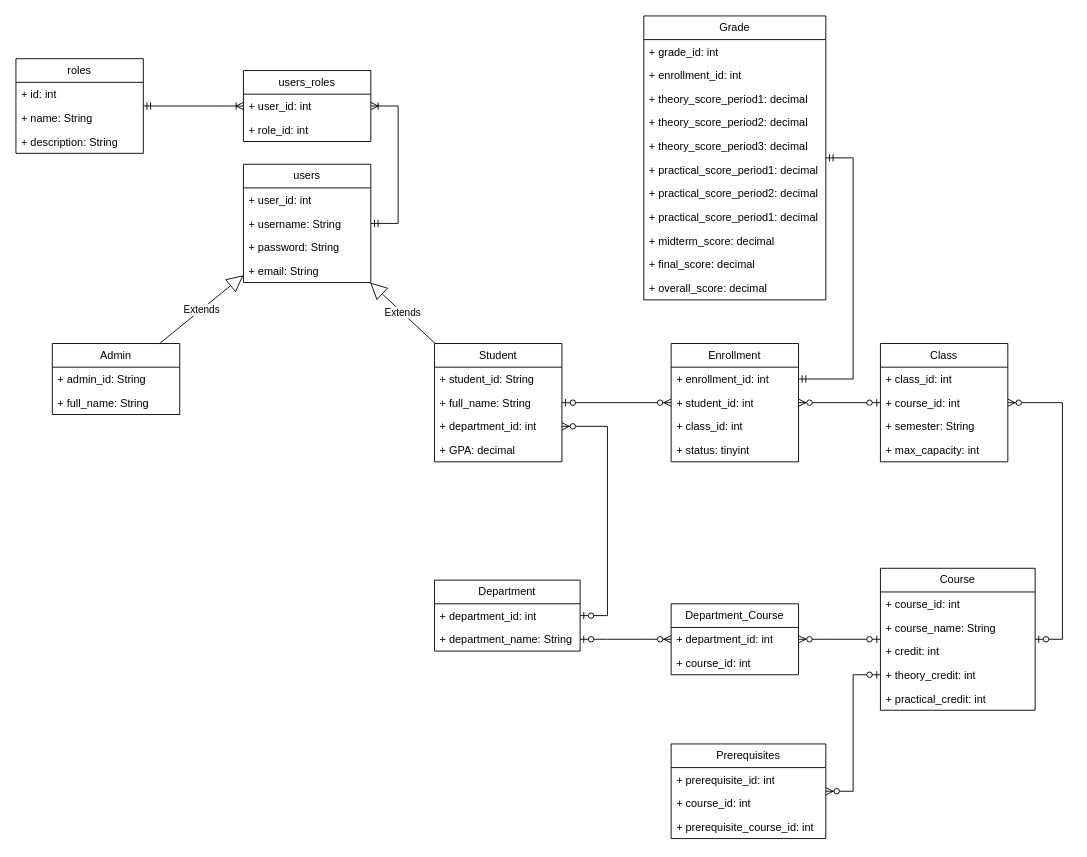
Above: University-Enrollment-System.drawio in LaMinhTam/University-Enrollment-System (draw.io), before the change. Source tidied: cells renumbered, new cells numbered last; positions are measured from the earlier drawing's top-left corner, leaving out a move shared by most shapes. Both pictures are drawn from the tidied source at 91%, with x=0, y=0 at pixel (-121, 15).
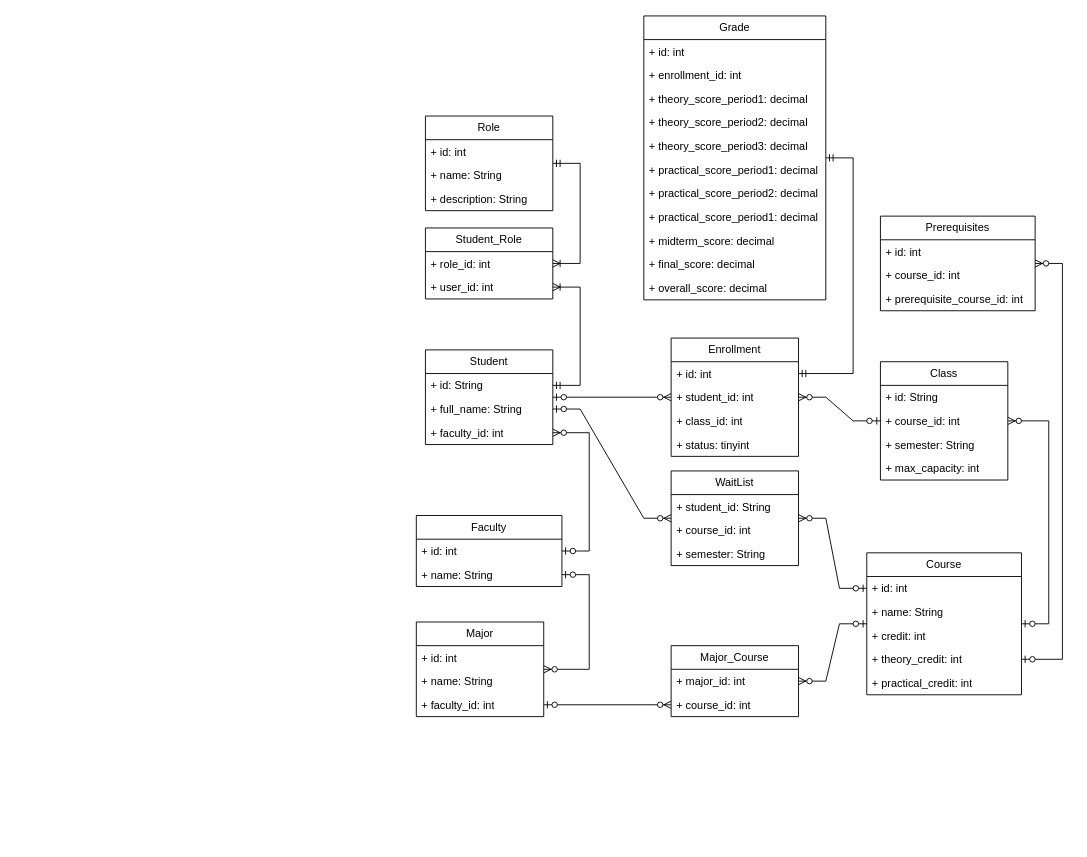
The same page after the edit.

Unchanged cells that the change refers to:
```xml
<mxCell id="18" value="+ full_name: String" style="text;strokeColor=none;fillColor=none;align=left;verticalAlign=top;spacingLeft=4;spacingRight=4;overflow=hidden;points=[[0,0.5],[1,0.5]];portConstraint=eastwest;whiteSpace=wrap;html=1;" parent="16" vertex="1">
  <mxGeometry y="52" width="140" height="26" as="geometry" />
</mxCell>
<mxCell id="34" value="+ theory_credit: int" style="text;strokeColor=none;fillColor=none;align=left;verticalAlign=top;spacingLeft=4;spacingRight=4;overflow=hidden;points=[[0,0.5],[1,0.5]];portConstraint=eastwest;whiteSpace=wrap;html=1;" parent="30" vertex="1">
  <mxGeometry y="104" width="170" height="26" as="geometry" />
</mxCell>
<mxCell id="51" value="+ course_id: int" style="text;strokeColor=none;fillColor=none;align=left;verticalAlign=top;spacingLeft=4;spacingRight=4;overflow=hidden;points=[[0,0.5],[1,0.5]];portConstraint=eastwest;whiteSpace=wrap;html=1;" parent="49" vertex="1">
  <mxGeometry y="52" width="140" height="26" as="geometry" />
</mxCell>
<mxCell id="59" value="Grade" style="swimlane;fontStyle=0;horizontal=1;startSize=26;fillColor=none;whiteSpace=wrap;html=1;" parent="1" vertex="1">
  <mxGeometry x="840" width="200" height="312" as="geometry" />
</mxCell>
```

Diff of the diagram source:
```diff
@@
-    <mxCell id="2" value="users" style="swimlane;fontStyle=0;horizontal=1;startSize=26;fillColor=none;whiteSpace=wrap;html=1;" parent="1" vertex="1">
-      <mxGeometry x="400" y="163" width="140" height="130" as="geometry" />
-    </mxCell>
-    <mxCell id="3" value="+ user_id: int" style="text;strokeColor=none;fillColor=none;align=left;verticalAlign=top;spacingLeft=4;spacingRight=4;overflow=hidden;whiteSpace=wrap;html=1;" parent="2" vertex="1">
-      <mxGeometry y="26" width="140" height="26" as="geometry" />
-    </mxCell>
-    <mxCell id="4" value="+ username: String" style="text;strokeColor=none;fillColor=none;align=left;verticalAlign=top;spacingLeft=4;spacingRight=4;overflow=hidden;whiteSpace=wrap;html=1;" parent="2" vertex="1">
-      <mxGeometry y="52" width="140" height="26" as="geometry" />
-    </mxCell>
-    <mxCell id="5" value="+ password: String" style="text;strokeColor=none;fillColor=none;align=left;verticalAlign=top;spacingLeft=4;spacingRight=4;overflow=hidden;whiteSpace=wrap;html=1;" parent="2" vertex="1">
-      <mxGeometry y="78" width="140" height="26" as="geometry" />
-    </mxCell>
-    <mxCell id="6" value="+ email: String" style="text;strokeColor=none;fillColor=none;align=left;verticalAlign=top;spacingLeft=4;spacingRight=4;overflow=hidden;whiteSpace=wrap;html=1;" parent="2" vertex="1">
-      <mxGeometry y="104" width="140" height="26" as="geometry" />
-    </mxCell>
-    <mxCell id="7" value="users_roles" style="swimlane;fontStyle=0;horizontal=1;startSize=26;fillColor=none;whiteSpace=wrap;html=1;" parent="1" vertex="1">
-      <mxGeometry x="400" y="60" width="140" height="78" as="geometry" />
+    <mxCell id="7" value="Student_Role" style="swimlane;fontStyle=0;horizontal=1;startSize=26;fillColor=none;whiteSpace=wrap;html=1;" parent="1" vertex="1">
+      <mxGeometry x="600" y="233" width="140" height="78" as="geometry" />
     </mxCell>
+    <mxCell id="9" value="+ role_id: int" style="text;strokeColor=none;fillColor=none;align=left;verticalAlign=top;spacingLeft=4;spacingRight=4;overflow=hidden;points=[[0,0.5],[1,0.5]];portConstraint=eastwest;whiteSpace=wrap;html=1;" parent="7" vertex="1">
+      <mxGeometry y="26" width="140" height="26" as="geometry" />
+    </mxCell>
     <mxCell id="8" value="+ user_id: int" style="text;strokeColor=none;fillColor=none;align=left;verticalAlign=top;spacingLeft=4;spacingRight=4;overflow=hidden;points=[[0,0.5],[1,0.5]];portConstraint=eastwest;whiteSpace=wrap;html=1;" parent="7" vertex="1">
-      <mxGeometry y="26" width="140" height="26" as="geometry" />
+      <mxGeometry y="52" width="140" height="26" as="geometry" />
     </mxCell>
-    <mxCell id="9" value="+ role_id: int" style="text;strokeColor=none;fillColor=none;align=left;verticalAlign=top;spacingLeft=4;spacingRight=4;overflow=hidden;points=[[0,0.5],[1,0.5]];portConstraint=eastwest;whiteSpace=wrap;html=1;" parent="7" vertex="1">
-      <mxGeometry y="52" width="140" height="26" as="geometry" />
-    </mxCell>
-    <mxCell id="10" value="roles" style="swimlane;fontStyle=0;horizontal=1;startSize=26;fillColor=none;whiteSpace=wrap;html=1;" parent="1" vertex="1">
-      <mxGeometry x="150" y="47" width="140" height="104" as="geometry" />
+    <mxCell id="10" value="Role" style="swimlane;fontStyle=0;horizontal=1;startSize=26;fillColor=none;whiteSpace=wrap;html=1;" parent="1" vertex="1">
+      <mxGeometry x="600" y="110" width="140" height="104" as="geometry" />
     </mxCell>
@@
-    <mxCell id="14" style="edgeStyle=entityRelationEdgeStyle;fontSize=12;html=1;endArrow=ERoneToMany;startArrow=ERmandOne;rounded=0;" parent="1" edge="1" source="2" target="7">
+    <mxCell id="14" style="edgeStyle=entityRelationEdgeStyle;fontSize=12;html=1;endArrow=ERoneToMany;startArrow=ERmandOne;rounded=0;entryX=1;entryY=0.5;entryDx=0;entryDy=0;exitX=1;exitY=0.5;exitDx=0;exitDy=0;" parent="1" edge="1" source="17" target="8">
       <mxGeometry relative="1" as="geometry">
         <Array as="points">
           <mxPoint x="110" y="271.8" />
           <mxPoint x="430" y="303" />
           <mxPoint y="231.8" />
         </Array>
       </mxGeometry>
     </mxCell>
-    <mxCell id="15" style="edgeStyle=entityRelationEdgeStyle;fontSize=12;html=1;endArrow=ERoneToMany;startArrow=ERmandOne;rounded=0;" parent="1" edge="1" source="10" target="7">
-      <mxGeometry relative="1" as="geometry" />
+    <mxCell id="15" style="edgeStyle=entityRelationEdgeStyle;fontSize=12;html=1;endArrow=ERoneToMany;startArrow=ERmandOne;rounded=0;" parent="1" edge="1" source="10" target="9">
+      <mxGeometry relative="1" as="geometry">
+        <Array as="points">
+          <mxPoint x="540" y="230" />
+        </Array>
+      </mxGeometry>
     </mxCell>
     <mxCell id="16" value="Student" style="swimlane;fontStyle=0;horizontal=1;startSize=26;fillColor=none;whiteSpace=wrap;html=1;" parent="1" vertex="1">
-      <mxGeometry x="610" y="360" width="140" height="130" as="geometry" />
+      <mxGeometry x="600" y="367" width="140" height="104" as="geometry" />
     </mxCell>
-    <mxCell id="17" value="+ student_id: String" style="text;strokeColor=none;fillColor=none;align=left;verticalAlign=top;spacingLeft=4;spacingRight=4;overflow=hidden;points=[[0,0.5],[1,0.5]];portConstraint=eastwest;whiteSpace=wrap;html=1;" parent="16" vertex="1">
+    <mxCell id="17" value="+ id: String" style="text;strokeColor=none;fillColor=none;align=left;verticalAlign=top;spacingLeft=4;spacingRight=4;overflow=hidden;points=[[0,0.5],[1,0.5]];portConstraint=eastwest;whiteSpace=wrap;html=1;" parent="16" vertex="1">
       <mxGeometry y="26" width="140" height="26" as="geometry" />
     </mxCell>
@@
-    <mxCell id="19" value="+ department_id: int" style="text;strokeColor=none;fillColor=none;align=left;verticalAlign=top;spacingLeft=4;spacingRight=4;overflow=hidden;points=[[0,0.5],[1,0.5]];portConstraint=eastwest;whiteSpace=wrap;html=1;" parent="16" vertex="1">
+    <mxCell id="19" value="+ faculty_id: int" style="text;strokeColor=none;fillColor=none;align=left;verticalAlign=top;spacingLeft=4;spacingRight=4;overflow=hidden;points=[[0,0.5],[1,0.5]];portConstraint=eastwest;whiteSpace=wrap;html=1;" parent="16" vertex="1">
       <mxGeometry y="78" width="140" height="26" as="geometry" />
     </mxCell>
-    <mxCell id="20" value="+ GPA: decimal" style="text;strokeColor=none;fillColor=none;align=left;verticalAlign=top;spacingLeft=4;spacingRight=4;overflow=hidden;whiteSpace=wrap;html=1;" parent="16" vertex="1">
-      <mxGeometry y="104" width="140" height="26" as="geometry" />
-    </mxCell>
-    <mxCell id="21" value="Extends" style="endArrow=block;endSize=16;endFill=0;html=1;rounded=0;" parent="1" edge="1" source="16" target="2">
-      <mxGeometry relative="1" as="geometry" />
-    </mxCell>
-    <mxCell id="22" value="Admin" style="swimlane;fontStyle=0;horizontal=1;startSize=26;fillColor=none;whiteSpace=wrap;html=1;" parent="1" vertex="1">
-      <mxGeometry x="190" y="360" width="140" height="78" as="geometry" />
-    </mxCell>
-    <mxCell id="23" value="+ admin_id: String" style="text;strokeColor=none;fillColor=none;align=left;verticalAlign=top;spacingLeft=4;spacingRight=4;overflow=hidden;whiteSpace=wrap;html=1;" parent="22" vertex="1">
-      <mxGeometry y="26" width="140" height="26" as="geometry" />
-    </mxCell>
-    <mxCell id="24" value="+ full_name: String" style="text;strokeColor=none;fillColor=none;align=left;verticalAlign=top;spacingLeft=4;spacingRight=4;overflow=hidden;whiteSpace=wrap;html=1;" parent="22" vertex="1">
-      <mxGeometry y="52" width="140" height="26" as="geometry" />
-    </mxCell>
-    <mxCell id="25" value="Extends" style="endArrow=block;endSize=16;endFill=0;html=1;rounded=0;" parent="1" edge="1" source="22" target="2">
-      <mxGeometry relative="1" as="geometry" />
-    </mxCell>
-    <mxCell id="26" value="Department" style="swimlane;fontStyle=0;horizontal=1;startSize=26;fillColor=none;whiteSpace=wrap;html=1;" parent="1" vertex="1">
-      <mxGeometry x="610" y="620" width="160" height="78" as="geometry" />
+    <mxCell id="26" value="Faculty" style="swimlane;fontStyle=0;horizontal=1;startSize=26;fillColor=none;whiteSpace=wrap;html=1;" parent="1" vertex="1">
+      <mxGeometry x="590" y="549" width="160" height="78" as="geometry" />
     </mxCell>
-    <mxCell id="27" value="+ department_id: int" style="text;strokeColor=none;fillColor=none;align=left;verticalAlign=top;spacingLeft=4;spacingRight=4;overflow=hidden;whiteSpace=wrap;html=1;" parent="26" vertex="1">
+    <mxCell id="27" value="+ id: int" style="text;strokeColor=none;fillColor=none;align=left;verticalAlign=top;spacingLeft=4;spacingRight=4;overflow=hidden;whiteSpace=wrap;html=1;" parent="26" vertex="1">
       <mxGeometry y="26" width="160" height="26" as="geometry" />
     </mxCell>
-    <mxCell id="28" value="+ department_name: String" style="text;strokeColor=none;fillColor=none;align=left;verticalAlign=top;spacingLeft=4;spacingRight=4;overflow=hidden;points=[[0,0.5],[1,0.5]];portConstraint=eastwest;whiteSpace=wrap;html=1;" parent="26" vertex="1">
+    <mxCell id="28" value="+ name: String" style="text;strokeColor=none;fillColor=none;align=left;verticalAlign=top;spacingLeft=4;spacingRight=4;overflow=hidden;points=[[0,0.5],[1,0.5]];portConstraint=eastwest;whiteSpace=wrap;html=1;" parent="26" vertex="1">
       <mxGeometry y="52" width="160" height="26" as="geometry" />
     </mxCell>
-    <mxCell id="29" style="edgeStyle=entityRelationEdgeStyle;fontSize=12;html=1;endArrow=ERzeroToMany;startArrow=ERzeroToOne;rounded=0;" parent="1" edge="1" source="26" target="19">
-      <mxGeometry relative="1" as="geometry" />
-    </mxCell>
     <mxCell id="30" value="Course" style="swimlane;fontStyle=0;horizontal=1;startSize=26;fillColor=none;whiteSpace=wrap;html=1;" parent="1" vertex="1">
-      <mxGeometry x="1100" y="607" width="170" height="156" as="geometry" />
+      <mxGeometry x="1085" y="590" width="170" height="156" as="geometry" />
     </mxCell>
-    <mxCell id="31" value="+ course_id: int" style="text;strokeColor=none;fillColor=none;align=left;verticalAlign=top;spacingLeft=4;spacingRight=4;overflow=hidden;points=[[0,0.5],[1,0.5]];portConstraint=eastwest;whiteSpace=wrap;html=1;glass=0;rounded=0;sketch=1;curveFitting=1;jiggle=2;" parent="30" vertex="1">
+    <mxCell id="31" value="+ id: int" style="text;strokeColor=none;fillColor=none;align=left;verticalAlign=top;spacingLeft=4;spacingRight=4;overflow=hidden;points=[[0,0.5],[1,0.5]];portConstraint=eastwest;whiteSpace=wrap;html=1;glass=0;rounded=0;sketch=1;curveFitting=1;jiggle=2;" parent="30" vertex="1">
       <mxGeometry y="26" width="170" height="26" as="geometry" />
     </mxCell>
-    <mxCell id="32" value="+ course_name: String" style="text;strokeColor=none;fillColor=none;align=left;verticalAlign=top;spacingLeft=4;spacingRight=4;overflow=hidden;whiteSpace=wrap;html=1;" parent="30" vertex="1">
+    <mxCell id="32" value="+ name: String" style="text;strokeColor=none;fillColor=none;align=left;verticalAlign=top;spacingLeft=4;spacingRight=4;overflow=hidden;whiteSpace=wrap;html=1;" parent="30" vertex="1">
       <mxGeometry y="52" width="170" height="26" as="geometry" />
     </mxCell>
@@
     <mxCell id="36" value="Class" style="swimlane;fontStyle=0;horizontal=1;startSize=26;fillColor=none;whiteSpace=wrap;html=1;" parent="1" vertex="1">
-      <mxGeometry x="1100" y="360" width="140" height="130" as="geometry" />
+      <mxGeometry x="1100" y="380" width="140" height="130" as="geometry" />
     </mxCell>
-    <mxCell id="37" value="+ class_id: int" style="text;strokeColor=none;fillColor=none;align=left;verticalAlign=top;spacingLeft=4;spacingRight=4;overflow=hidden;whiteSpace=wrap;html=1;" parent="36" vertex="1">
+    <mxCell id="37" value="+ id: String" style="text;strokeColor=none;fillColor=none;align=left;verticalAlign=top;spacingLeft=4;spacingRight=4;overflow=hidden;whiteSpace=wrap;html=1;" parent="36" vertex="1">
       <mxGeometry y="26" width="140" height="26" as="geometry" />
     </mxCell>
@@
     <mxCell id="41" value="Enrollment" style="swimlane;fontStyle=0;horizontal=1;startSize=26;fillColor=none;whiteSpace=wrap;html=1;" parent="1" vertex="1">
-      <mxGeometry x="870" y="360" width="140" height="130" as="geometry" />
+      <mxGeometry x="870" y="354" width="140" height="130" as="geometry" />
     </mxCell>
-    <mxCell id="42" value="+ enrollment_id: int" style="text;strokeColor=none;fillColor=none;align=left;verticalAlign=top;spacingLeft=4;spacingRight=4;overflow=hidden;points=[[0,0.5],[1,0.5]];portConstraint=eastwest;whiteSpace=wrap;html=1;" parent="41" vertex="1">
+    <mxCell id="42" value="+ id: int" style="text;strokeColor=none;fillColor=none;align=left;verticalAlign=top;spacingLeft=4;spacingRight=4;overflow=hidden;points=[[0,0.5],[1,0.5]];portConstraint=eastwest;whiteSpace=wrap;html=1;" parent="41" vertex="1">
       <mxGeometry y="26" width="140" height="26" as="geometry" />
     </mxCell>
@@
     <mxCell id="46" style="edgeStyle=entityRelationEdgeStyle;fontSize=12;html=1;endArrow=ERzeroToMany;startArrow=ERzeroToOne;rounded=0;" parent="1" edge="1" source="30" target="36">
-      <mxGeometry relative="1" as="geometry" />
+      <mxGeometry relative="1" as="geometry">
+        <Array as="points">
+          <mxPoint x="1280" y="570" />
+        </Array>
+      </mxGeometry>
     </mxCell>
@@
-    <mxCell id="49" value="Department_Course" style="swimlane;fontStyle=0;horizontal=1;startSize=26;fillColor=none;whiteSpace=wrap;html=1;" parent="1" vertex="1">
-      <mxGeometry x="870" y="646" width="140" height="78" as="geometry" />
+    <mxCell id="49" value="Major_Course" style="swimlane;fontStyle=0;horizontal=1;startSize=26;fillColor=none;whiteSpace=wrap;html=1;" parent="1" vertex="1">
+      <mxGeometry x="870" y="692" width="140" height="78" as="geometry" />
     </mxCell>
-    <mxCell id="50" value="+ department_id: int" style="text;strokeColor=none;fillColor=none;align=left;verticalAlign=top;spacingLeft=4;spacingRight=4;overflow=hidden;whiteSpace=wrap;html=1;" parent="49" vertex="1">
+    <mxCell id="50" value="+ major_id: int" style="text;strokeColor=none;fillColor=none;align=left;verticalAlign=top;spacingLeft=4;spacingRight=4;overflow=hidden;whiteSpace=wrap;html=1;" parent="49" vertex="1">
       <mxGeometry y="26" width="140" height="26" as="geometry" />
     </mxCell>
@@
-    <mxCell id="53" style="edgeStyle=entityRelationEdgeStyle;fontSize=12;html=1;endArrow=ERzeroToMany;startArrow=ERzeroToOne;rounded=0;exitX=1;exitY=0.5;exitDx=0;exitDy=0;" parent="1" edge="1" source="28" target="49">
+    <mxCell id="53" style="edgeStyle=entityRelationEdgeStyle;fontSize=12;html=1;endArrow=ERzeroToMany;startArrow=ERzeroToOne;rounded=0;entryX=0;entryY=0.5;entryDx=0;entryDy=0;" parent="1" edge="1" source="81" target="51">
       <mxGeometry relative="1" as="geometry" />
     </mxCell>
     <mxCell id="54" value="Prerequisites" style="swimlane;fontStyle=0;horizontal=1;startSize=26;fillColor=none;whiteSpace=wrap;html=1;" parent="1" vertex="1">
-      <mxGeometry x="870" y="800" width="170" height="104" as="geometry" />
+      <mxGeometry x="1100" y="220" width="170" height="104" as="geometry" />
     </mxCell>
-    <mxCell id="55" value="+ prerequisite_id: int" style="text;strokeColor=none;fillColor=none;align=left;verticalAlign=top;spacingLeft=4;spacingRight=4;overflow=hidden;whiteSpace=wrap;html=1;" parent="54" vertex="1">
+    <mxCell id="55" value="+ id: int" style="text;strokeColor=none;fillColor=none;align=left;verticalAlign=top;spacingLeft=4;spacingRight=4;overflow=hidden;whiteSpace=wrap;html=1;" parent="54" vertex="1">
       <mxGeometry y="26" width="170" height="26" as="geometry" />
     </mxCell>
@@
-    <mxCell id="58" style="edgeStyle=entityRelationEdgeStyle;fontSize=12;html=1;endArrow=ERzeroToMany;startArrow=ERzeroToOne;rounded=0;exitX=0;exitY=0.5;exitDx=0;exitDy=0;" parent="1" edge="1" source="34" target="54">
-      <mxGeometry relative="1" as="geometry" />
+    <mxCell id="58" style="edgeStyle=entityRelationEdgeStyle;fontSize=12;html=1;endArrow=ERzeroToMany;startArrow=ERzeroToOne;rounded=0;" parent="1" edge="1" source="34" target="54">
+      <mxGeometry relative="1" as="geometry">
+        <Array as="points">
+          <mxPoint x="1320" y="510" />
+          <mxPoint x="1320" y="500" />
+        </Array>
+      </mxGeometry>
     </mxCell>
@@
-    <mxCell id="60" value="+ grade_id: int" style="text;strokeColor=none;fillColor=none;align=left;verticalAlign=top;spacingLeft=4;spacingRight=4;overflow=hidden;whiteSpace=wrap;html=1;" parent="59" vertex="1">
+    <mxCell id="60" value="+ id: int" style="text;strokeColor=none;fillColor=none;align=left;verticalAlign=top;spacingLeft=4;spacingRight=4;overflow=hidden;whiteSpace=wrap;html=1;" parent="59" vertex="1">
       <mxGeometry y="26" width="200" height="26" as="geometry" />
     </mxCell>
@@
+    <mxCell id="72" value="WaitList" style="swimlane;fontStyle=0;horizontal=1;startSize=26;fillColor=none;whiteSpace=wrap;html=1;" parent="1" vertex="1">
+      <mxGeometry x="870" y="500" width="140" height="104" as="geometry" />
+    </mxCell>
+    <mxCell id="73" value="+ student_id: String" style="text;strokeColor=none;fillColor=none;align=left;verticalAlign=top;spacingLeft=4;spacingRight=4;overflow=hidden;whiteSpace=wrap;html=1;" parent="72" vertex="1">
+      <mxGeometry y="26" width="140" height="26" as="geometry" />
+    </mxCell>
+    <mxCell id="74" value="+ course_id: int" style="text;strokeColor=none;fillColor=none;align=left;verticalAlign=top;spacingLeft=4;spacingRight=4;overflow=hidden;whiteSpace=wrap;html=1;" parent="72" vertex="1">
+      <mxGeometry y="52" width="140" height="26" as="geometry" />
+    </mxCell>
+    <mxCell id="75" value="+ semester: String" style="text;strokeColor=none;fillColor=none;align=left;verticalAlign=top;spacingLeft=4;spacingRight=4;overflow=hidden;whiteSpace=wrap;html=1;" parent="72" vertex="1">
+      <mxGeometry y="78" width="140" height="26" as="geometry" />
+    </mxCell>
+    <mxCell id="29" style="edgeStyle=entityRelationEdgeStyle;fontSize=12;html=1;endArrow=ERzeroToMany;startArrow=ERzeroToOne;rounded=0;" parent="1" edge="1" source="26" target="19">
+      <mxGeometry relative="1" as="geometry">
+        <Array as="points">
+          <mxPoint x="410" y="479" />
+          <mxPoint x="760" y="550" />
+        </Array>
+      </mxGeometry>
+    </mxCell>
+    <mxCell id="76" style="edgeStyle=entityRelationEdgeStyle;fontSize=12;html=1;endArrow=ERzeroToMany;startArrow=ERzeroToOne;rounded=0;" parent="1" edge="1" source="18" target="72">
+      <mxGeometry relative="1" as="geometry" />
+    </mxCell>
+    <mxCell id="77" style="edgeStyle=entityRelationEdgeStyle;fontSize=12;html=1;endArrow=ERzeroToMany;startArrow=ERzeroToOne;rounded=0;exitX=0;exitY=0.5;exitDx=0;exitDy=0;" parent="1" edge="1" source="31" target="72">
+      <mxGeometry relative="1" as="geometry" />
+    </mxCell>
+    <mxCell id="78" value="Major" style="swimlane;fontStyle=0;horizontal=1;startSize=26;fillColor=none;whiteSpace=wrap;html=1;" parent="1" vertex="1">
+      <mxGeometry x="590" y="666" width="140" height="104" as="geometry" />
+    </mxCell>
+    <mxCell id="79" value="+ id: int" style="text;strokeColor=none;fillColor=none;align=left;verticalAlign=top;spacingLeft=4;spacingRight=4;overflow=hidden;whiteSpace=wrap;html=1;" parent="78" vertex="1">
+      <mxGeometry y="26" width="140" height="26" as="geometry" />
+    </mxCell>
+    <mxCell id="80" value="+ name: String" style="text;strokeColor=none;fillColor=none;align=left;verticalAlign=top;spacingLeft=4;spacingRight=4;overflow=hidden;whiteSpace=wrap;html=1;" parent="78" vertex="1">
+      <mxGeometry y="52" width="140" height="26" as="geometry" />
+    </mxCell>
+    <mxCell id="81" value="+ faculty_id: int" style="text;strokeColor=none;fillColor=none;align=left;verticalAlign=top;spacingLeft=4;spacingRight=4;overflow=hidden;points=[[0,0.5],[1,0.5]];portConstraint=eastwest;whiteSpace=wrap;html=1;" parent="78" vertex="1">
+      <mxGeometry y="78" width="140" height="26" as="geometry" />
+    </mxCell>
+    <mxCell id="82" style="edgeStyle=entityRelationEdgeStyle;fontSize=12;html=1;endArrow=ERzeroToMany;startArrow=ERzeroToOne;rounded=0;" parent="1" edge="1" source="28" target="78">
+      <mxGeometry relative="1" as="geometry" />
+    </mxCell>
```
